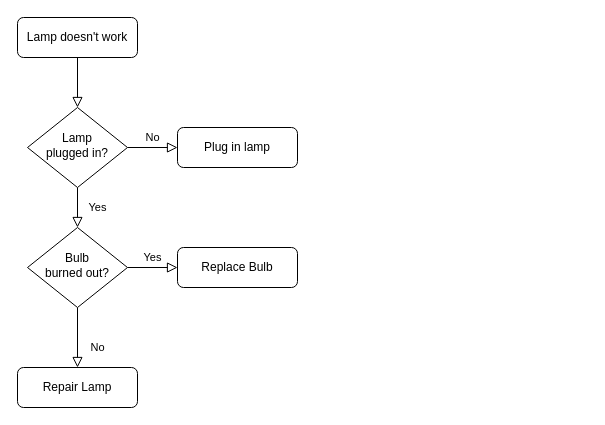
Before: Untitled Diagram.drawio in Jason-Custer/100-days-of-code, a draw.io diagram. Source tidied: cells renumbered, new cells numbered last; positions are measured from the earlier drawing's top-left corner, leaving out a move shared by most shapes. Both pictures are drawn from the tidied source at 100%, with x=0, y=0 at pixel (17, 17).
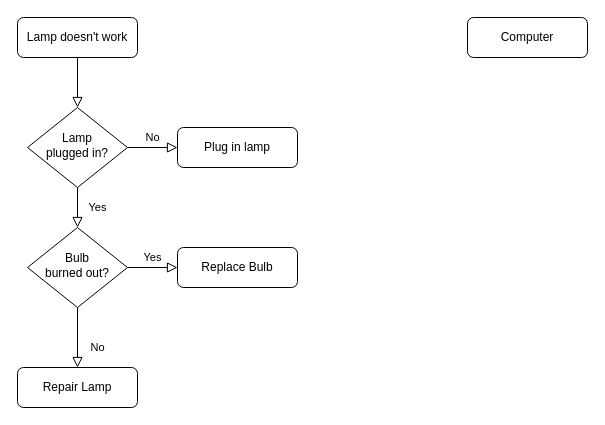
The same page after the edit.

The edit, as a diff of the source:
```diff
@@
 <mxGraphModel>
   <root>
     <mxCell id="0" />
     <mxCell id="1" parent="0" />
     <mxCell id="2" style="rounded=0;html=1;jettySize=auto;fontSize=11;endArrow=block;endFill=0;endSize=8;strokeWidth=1;shadow=0;labelBackgroundColor=none;edgeStyle=orthogonalEdgeStyle;" parent="1" edge="1" source="3" target="6">
       <mxGeometry relative="1" as="geometry" />
     </mxCell>
     <mxCell id="3" value="Lamp doesn't work" style="rounded=1;whiteSpace=wrap;html=1;fontSize=12;glass=0;strokeWidth=1;shadow=0;" parent="1" vertex="1">
       <mxGeometry width="120" height="40" as="geometry" />
     </mxCell>
     <mxCell id="4" value="Yes" style="rounded=0;html=1;jettySize=auto;fontSize=11;endArrow=block;endFill=0;endSize=8;strokeWidth=1;shadow=0;labelBackgroundColor=none;edgeStyle=orthogonalEdgeStyle;" parent="1" edge="1" source="6" target="10">
       <mxGeometry y="20" relative="1" as="geometry" />
     </mxCell>
     <mxCell id="5" value="No" style="edgeStyle=orthogonalEdgeStyle;rounded=0;html=1;jettySize=auto;fontSize=11;endArrow=block;endFill=0;endSize=8;strokeWidth=1;shadow=0;labelBackgroundColor=none;" parent="1" edge="1" source="6" target="7">
       <mxGeometry y="10" relative="1" as="geometry" />
     </mxCell>
     <mxCell id="6" value="Lamp&lt;br&gt;plugged in?" style="rhombus;whiteSpace=wrap;html=1;shadow=0;fontFamily=Helvetica;fontSize=12;align=center;strokeWidth=1;spacing=6;spacingTop=-4;" parent="1" vertex="1">
       <mxGeometry x="10" y="90" width="100" height="80" as="geometry" />
     </mxCell>
     <mxCell id="7" value="Plug in lamp" style="rounded=1;whiteSpace=wrap;html=1;fontSize=12;glass=0;strokeWidth=1;shadow=0;" parent="1" vertex="1">
       <mxGeometry x="160" y="110" width="120" height="40" as="geometry" />
     </mxCell>
     <mxCell id="8" value="No" style="rounded=0;html=1;jettySize=auto;fontSize=11;endArrow=block;endFill=0;endSize=8;strokeWidth=1;shadow=0;labelBackgroundColor=none;edgeStyle=orthogonalEdgeStyle;" parent="1" edge="1" source="10" target="11">
       <mxGeometry x="0.33" y="20" relative="1" as="geometry" />
     </mxCell>
     <mxCell id="9" value="Yes" style="edgeStyle=orthogonalEdgeStyle;rounded=0;html=1;jettySize=auto;fontSize=11;endArrow=block;endFill=0;endSize=8;strokeWidth=1;shadow=0;labelBackgroundColor=none;" parent="1" edge="1" source="10" target="12">
       <mxGeometry y="10" relative="1" as="geometry" />
     </mxCell>
     <mxCell id="10" value="Bulb&lt;br&gt;burned out?" style="rhombus;whiteSpace=wrap;html=1;shadow=0;fontFamily=Helvetica;fontSize=12;align=center;strokeWidth=1;spacing=6;spacingTop=-4;" parent="1" vertex="1">
       <mxGeometry x="10" y="210" width="100" height="80" as="geometry" />
     </mxCell>
     <mxCell id="11" value="Repair Lamp" style="rounded=1;whiteSpace=wrap;html=1;fontSize=12;glass=0;strokeWidth=1;shadow=0;" parent="1" vertex="1">
       <mxGeometry y="350" width="120" height="40" as="geometry" />
     </mxCell>
     <mxCell id="12" value="Replace Bulb" style="rounded=1;whiteSpace=wrap;html=1;fontSize=12;glass=0;strokeWidth=1;shadow=0;" parent="1" vertex="1">
       <mxGeometry x="160" y="230" width="120" height="40" as="geometry" />
     </mxCell>
+    <mxCell id="13" value="Computer" style="rounded=1;whiteSpace=wrap;html=1;fontSize=12;glass=0;strokeWidth=1;shadow=0;" parent="1" vertex="1">
+      <mxGeometry x="450" width="120" height="40" as="geometry" />
+    </mxCell>
   </root>
 </mxGraphModel>
```
